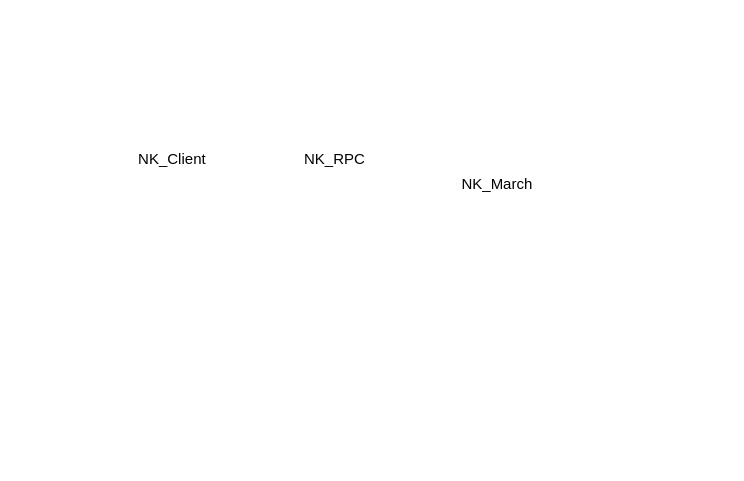
The draw.io diagram Untitled Diagram.drawio in djq1996/diagram, before the edit. Source tidied: cells renumbered, new cells numbered last; positions are measured from the earlier drawing's top-left corner, leaving out a move shared by most shapes. Both pictures are drawn from the tidied source at 125%, with x=0, y=0 at pixel (128, 146).
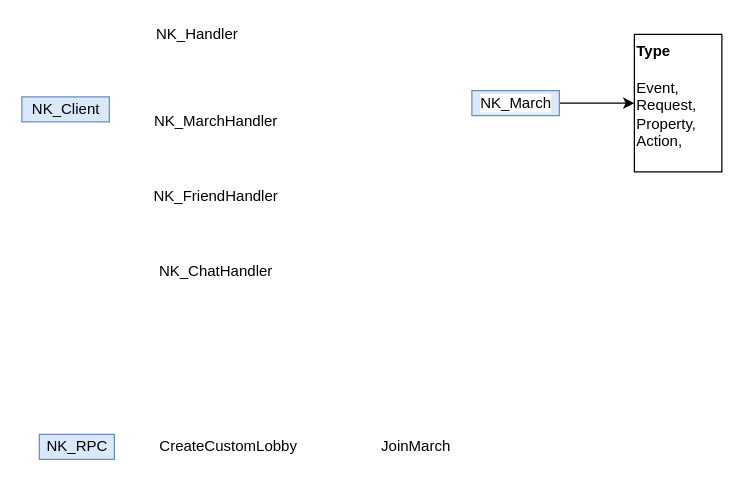
The same page after the edit.

Diff of the diagram source:
```diff
@@
 <mxGraphModel>
   <root>
     <mxCell id="0" />
     <mxCell id="1" parent="0" />
-    <mxCell id="2" value="NK_Client&lt;br&gt;" style="text;html=1;align=center;verticalAlign=middle;strokeColor=none;fillColor=none;" parent="1" vertex="1">
-      <mxGeometry width="70" height="20" as="geometry" />
+    <mxCell id="2" value="NK_Client&lt;br&gt;" style="text;html=1;align=center;verticalAlign=middle;strokeColor=#6c8ebf;fillColor=#dae8fc;fontColor=default;" parent="1" vertex="1">
+      <mxGeometry x="-85" y="-40" width="70" height="20" as="geometry" />
     </mxCell>
-    <mxCell id="3" value="NK_RPC&lt;br&gt;" style="text;html=1;align=center;verticalAlign=middle;strokeColor=none;fillColor=none;fontColor=default;" parent="1" vertex="1">
-      <mxGeometry x="135" width="60" height="20" as="geometry" />
+    <mxCell id="3" value="NK_RPC&lt;br&gt;" style="text;html=1;align=center;verticalAlign=middle;strokeColor=#6c8ebf;fillColor=#dae8fc;fontColor=default;" parent="1" vertex="1">
+      <mxGeometry x="-71" y="230" width="60" height="20" as="geometry" />
     </mxCell>
+    <mxCell id="5" style="edgeStyle=orthogonalEdgeStyle;rounded=0;jettySize=auto;html=1;fontColor=default;strokeColor=default;labelBackgroundColor=default;" parent="1" edge="1" source="4" target="12">
+      <mxGeometry relative="1" as="geometry" />
+    </mxCell>
-    <mxCell id="4" value="NK_March" style="text;html=1;align=center;verticalAlign=middle;points=[];strokeColor=none;fillColor=none;" parent="1" vertex="1">
-      <mxGeometry x="260" y="20" width="70" height="20" as="geometry" />
+    <mxCell id="4" value="NK_March" style="text;html=1;align=center;verticalAlign=middle;points=[];strokeColor=#6c8ebf;fillColor=#dae8fc;labelBackgroundColor=default;fontColor=default;" parent="1" vertex="1">
+      <mxGeometry x="275" y="-45" width="70" height="20" as="geometry" />
     </mxCell>
+    <mxCell id="6" value="NK_Handler" style="text;html=1;align=center;verticalAlign=middle;strokeColor=none;fillColor=none;fontColor=default;" parent="1" vertex="1">
+      <mxGeometry x="15" y="-100" width="80" height="20" as="geometry" />
+    </mxCell>
+    <mxCell id="7" value="NK_MarchHandler" style="text;html=1;align=center;verticalAlign=middle;strokeColor=none;fillColor=none;fontColor=default;" parent="1" vertex="1">
+      <mxGeometry x="15" y="-30" width="110" height="20" as="geometry" />
+    </mxCell>
+    <mxCell id="8" value="NK_FriendHandler" style="text;html=1;align=center;verticalAlign=middle;strokeColor=none;fillColor=none;fontColor=default;" parent="1" vertex="1">
+      <mxGeometry x="15" y="30" width="110" height="20" as="geometry" />
+    </mxCell>
+    <mxCell id="9" value="CreateCustomLobby" style="text;html=1;align=center;verticalAlign=middle;strokeColor=none;fillColor=none;fontColor=default;" parent="1" vertex="1">
+      <mxGeometry x="15" y="230" width="130" height="20" as="geometry" />
+    </mxCell>
+    <mxCell id="10" value="JoinMarch&lt;br&gt;" style="text;html=1;align=center;verticalAlign=middle;strokeColor=none;fillColor=none;fontColor=default;" parent="1" vertex="1">
+      <mxGeometry x="195" y="230" width="70" height="20" as="geometry" />
+    </mxCell>
+    <mxCell id="11" value="NK_ChatHandler" style="text;html=1;align=center;verticalAlign=middle;strokeColor=none;fillColor=none;fontColor=default;" parent="1" vertex="1">
+      <mxGeometry x="15" y="90" width="110" height="20" as="geometry" />
+    </mxCell>
+    <mxCell id="12" value="&lt;b&gt;Type&amp;nbsp;&lt;/b&gt;&lt;br&gt;&lt;br&gt;Event,&lt;br&gt;    Request,&lt;br&gt;    Property,&lt;br&gt;    Action," style="text;whiteSpace=wrap;html=1;fontColor=default;strokeColor=default;labelBackgroundColor=default;" parent="1" vertex="1">
+      <mxGeometry x="405" y="-90" width="70" height="110" as="geometry" />
+    </mxCell>
   </root>
 </mxGraphModel>
```
